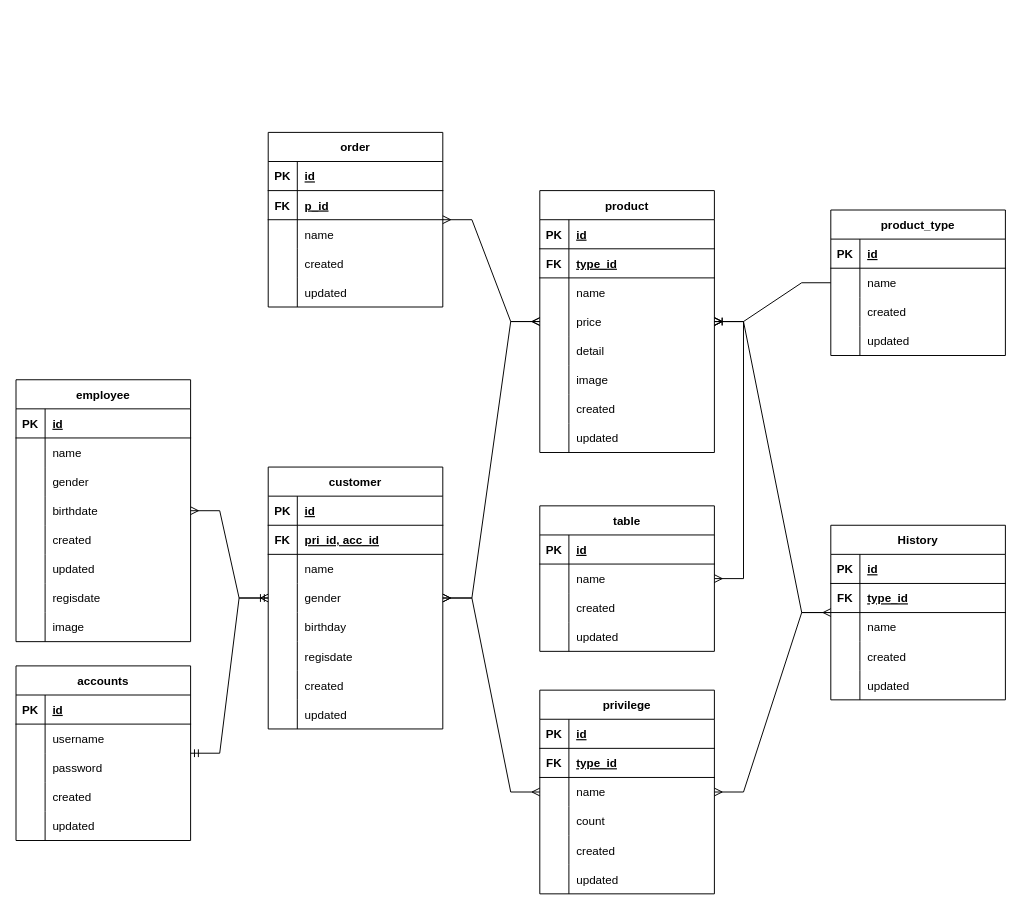
The draw.io diagram src/Database-design.drawio in bomtawep/bom-order-nodejs, before the edit. Source tidied: cells renumbered, new cells numbered last; positions are measured from the earlier drawing's top-left corner, leaving out a move shared by most shapes. Both pictures are drawn from the tidied source at 97%, with x=0, y=0 at pixel (16, 132).
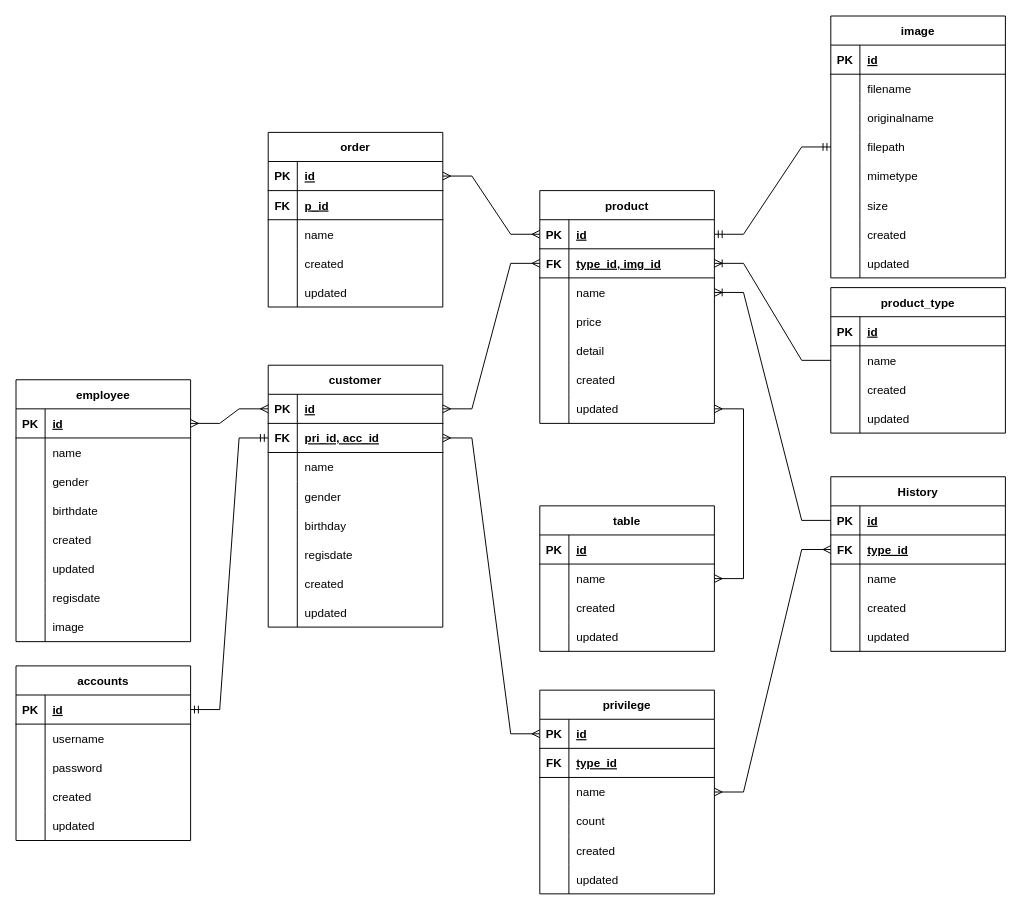
After the change.

Unchanged cells that the change refers to:
```xml
<mxCell id="2" value="table" style="shape=table;startSize=30;childLayout=tableLayout;rowLines=0;fontStyle=1;align=center;" parent="1" vertex="1">
  <mxGeometry x="540" y="385" width="180" height="150" as="geometry" />
</mxCell>
<mxCell id="16" style="shape=tableRow;horizontal=0;startSize=0;swimlaneHead=0;swimlaneBody=0;fillColor=none;points=[[0,0.5],[1,0.5]];portConstraint=eastwest;top=0;left=0;right=0;bottom=1;" parent="15" vertex="1">
  <mxGeometry y="30" width="180" height="30" as="geometry" />
</mxCell>
<mxCell id="19" style="shape=tableRow;horizontal=0;startSize=0;swimlaneHead=0;swimlaneBody=0;fillColor=none;points=[[0,0.5],[1,0.5]];portConstraint=eastwest;top=0;left=0;right=0;bottom=1;" parent="15" vertex="1">
  <mxGeometry y="60" width="180" height="30" as="geometry" />
</mxCell>
<mxCell id="40" value="employee" style="shape=table;startSize=30;childLayout=tableLayout;rowLines=0;fontStyle=1;align=center;" parent="1" vertex="1">
  <mxGeometry y="255" width="180" height="270" as="geometry" />
</mxCell>
<mxCell id="41" style="shape=tableRow;horizontal=0;startSize=0;swimlaneHead=0;swimlaneBody=0;fillColor=none;points=[[0,0.5],[1,0.5]];portConstraint=eastwest;top=0;left=0;right=0;bottom=1;" parent="40" vertex="1">
  <mxGeometry y="30" width="180" height="30" as="geometry" />
</mxCell>
<mxCell id="66" style="shape=tableRow;horizontal=0;startSize=0;swimlaneHead=0;swimlaneBody=0;fillColor=none;points=[[0,0.5],[1,0.5]];portConstraint=eastwest;top=0;left=0;right=0;bottom=1;" parent="65" vertex="1">
  <mxGeometry y="30" width="180" height="30" as="geometry" />
</mxCell>
<mxCell id="69" style="shape=tableRow;horizontal=0;startSize=0;swimlaneHead=0;swimlaneBody=0;fillColor=none;points=[[0,0.5],[1,0.5]];portConstraint=eastwest;top=0;left=0;right=0;bottom=1;" parent="65" vertex="1">
  <mxGeometry y="60" width="180" height="30" as="geometry" />
</mxCell>
<mxCell id="95" style="shape=tableRow;horizontal=0;startSize=0;swimlaneHead=0;swimlaneBody=0;fillColor=none;points=[[0,0.5],[1,0.5]];portConstraint=eastwest;top=0;left=0;right=0;bottom=1;" parent="94" vertex="1">
  <mxGeometry y="30" width="180" height="30" as="geometry" />
</mxCell>
<mxCell id="98" style="shape=tableRow;horizontal=0;startSize=0;swimlaneHead=0;swimlaneBody=0;fillColor=none;points=[[0,0.5],[1,0.5]];portConstraint=eastwest;top=0;left=0;right=0;bottom=1;" parent="94" vertex="1">
  <mxGeometry y="60" width="180" height="30" as="geometry" />
</mxCell>
<mxCell id="101" style="shape=tableRow;horizontal=0;startSize=0;swimlaneHead=0;swimlaneBody=0;fillColor=none;points=[[0,0.5],[1,0.5]];portConstraint=eastwest;top=0;left=0;right=0;bottom=0;" parent="94" vertex="1">
  <mxGeometry y="90" width="180" height="30" as="geometry" />
</mxCell>
<mxCell id="124" value="privilege" style="shape=table;startSize=30;childLayout=tableLayout;rowLines=0;fontStyle=1;align=center;" parent="1" vertex="1">
  <mxGeometry x="540" y="575" width="180" height="210" as="geometry" />
</mxCell>
<mxCell id="125" style="shape=tableRow;horizontal=0;startSize=0;swimlaneHead=0;swimlaneBody=0;fillColor=none;points=[[0,0.5],[1,0.5]];portConstraint=eastwest;top=0;left=0;right=0;bottom=1;" parent="124" vertex="1">
  <mxGeometry y="30" width="180" height="30" as="geometry" />
</mxCell>
<mxCell id="143" value="order" style="shape=table;startSize=30;childLayout=tableLayout;rowLines=0;fontStyle=1;align=center;" parent="1" vertex="1">
  <mxGeometry x="260" width="180" height="180" as="geometry" />
</mxCell>
<mxCell id="144" style="shape=tableRow;horizontal=0;startSize=0;swimlaneHead=0;swimlaneBody=0;fillColor=none;points=[[0,0.5],[1,0.5]];portConstraint=eastwest;top=0;left=0;right=0;bottom=1;" parent="143" vertex="1">
  <mxGeometry y="30" width="180" height="30" as="geometry" />
</mxCell>
<mxCell id="162" value="accounts" style="shape=table;startSize=30;childLayout=tableLayout;rowLines=0;fontStyle=1;align=center;strokeColor=#000000;fontColor=#000000;" parent="1" vertex="1">
  <mxGeometry y="550" width="180" height="180" as="geometry" />
</mxCell>
<mxCell id="163" style="shape=tableRow;horizontal=0;startSize=0;swimlaneHead=0;swimlaneBody=0;fillColor=none;points=[[0,0.5],[1,0.5]];portConstraint=eastwest;top=0;left=0;right=0;bottom=1;strokeColor=#000000;fontColor=#000000;" parent="162" vertex="1">
  <mxGeometry y="30" width="180" height="30" as="geometry" />
</mxCell>
```

What changed in the source:
```diff
@@
     <mxCell id="15" value="customer" style="shape=table;startSize=30;childLayout=tableLayout;rowLines=0;fontStyle=1;align=center;" parent="1" vertex="1">
-      <mxGeometry x="260" y="345" width="180" height="270" as="geometry" />
+      <mxGeometry x="260" y="240" width="180" height="270" as="geometry" />
     </mxCell>
@@
     <mxCell id="65" value="History" style="shape=table;startSize=30;childLayout=tableLayout;rowLines=0;fontStyle=1;align=center;" parent="1" vertex="1">
-      <mxGeometry x="840" y="405" width="180" height="180" as="geometry" />
+      <mxGeometry x="840" y="355" width="180" height="180" as="geometry" />
     </mxCell>
@@
     <mxCell id="81" value="product_type" style="shape=table;startSize=30;childLayout=tableLayout;rowLines=0;fontStyle=1;align=center;" parent="1" vertex="1">
-      <mxGeometry x="840" y="80" width="180" height="150" as="geometry" />
+      <mxGeometry x="840" y="160" width="180" height="150" as="geometry" />
     </mxCell>
@@
     <mxCell id="94" value="product" style="shape=table;startSize=30;childLayout=tableLayout;rowLines=0;fontStyle=1;align=center;" parent="1" vertex="1">
-      <mxGeometry x="540" y="60" width="180" height="270" as="geometry" />
+      <mxGeometry x="540" y="60" width="180" height="240" as="geometry" />
     </mxCell>
@@
-    <mxCell id="100" value="type_id" style="shape=partialRectangle;fillColor=none;top=0;left=0;bottom=0;right=0;align=left;spacingLeft=6;fontStyle=5;overflow=hidden;" parent="98" vertex="1">
+    <mxCell id="100" value="type_id, img_id" style="shape=partialRectangle;fillColor=none;top=0;left=0;bottom=0;right=0;align=left;spacingLeft=6;fontStyle=5;overflow=hidden;" parent="98" vertex="1">
       <mxGeometry x="30" width="150" height="30" as="geometry" />
     </mxCell>
@@
-    <mxCell id="110" style="shape=tableRow;horizontal=0;startSize=0;swimlaneHead=0;swimlaneBody=0;fillColor=none;top=0;left=0;right=0;bottom=0;" parent="94" vertex="1">
-      <mxGeometry y="180" width="180" height="30" as="geometry" />
-    </mxCell>
-    <mxCell id="111" style="shape=partialRectangle;fillColor=none;top=0;left=0;bottom=0;right=0;overflow=hidden;" parent="110" vertex="1">
-      <mxGeometry width="30" height="30" as="geometry" />
-    </mxCell>
-    <mxCell id="112" value="image" style="shape=partialRectangle;fillColor=none;top=0;left=0;bottom=0;right=0;align=left;spacingLeft=6;overflow=hidden;" parent="110" vertex="1">
-      <mxGeometry x="30" width="150" height="30" as="geometry" />
-    </mxCell>
     <mxCell id="113" style="shape=tableRow;horizontal=0;startSize=0;swimlaneHead=0;swimlaneBody=0;fillColor=none;top=0;left=0;right=0;bottom=0;" parent="94" vertex="1">
-      <mxGeometry y="210" width="180" height="30" as="geometry" />
+      <mxGeometry y="180" width="180" height="30" as="geometry" />
     </mxCell>
@@
     <mxCell id="116" style="shape=tableRow;horizontal=0;startSize=0;swimlaneHead=0;swimlaneBody=0;fillColor=none;points=[[0,0.5],[1,0.5]];portConstraint=eastwest;top=0;left=0;right=0;bottom=0;" parent="94" vertex="1">
-      <mxGeometry y="240" width="180" height="30" as="geometry" />
+      <mxGeometry y="210" width="180" height="30" as="geometry" />
     </mxCell>
@@
-    <mxCell id="119" style="edgeStyle=entityRelationEdgeStyle;fontSize=12;html=1;endArrow=ERoneToMany;rounded=0;" parent="1" edge="1" source="81" target="94">
+    <mxCell id="119" style="edgeStyle=entityRelationEdgeStyle;fontSize=12;html=1;endArrow=ERoneToMany;rounded=0;" parent="1" edge="1" source="81" target="98">
       <mxGeometry relative="1" as="geometry" />
     </mxCell>
-    <mxCell id="120" style="edgeStyle=entityRelationEdgeStyle;fontSize=12;html=1;endArrow=ERoneToMany;rounded=0;" parent="1" edge="1" source="65" target="94">
+    <mxCell id="120" style="edgeStyle=entityRelationEdgeStyle;fontSize=12;html=1;endArrow=ERoneToMany;rounded=0;" parent="1" edge="1" source="66" target="101">
       <mxGeometry relative="1" as="geometry" />
     </mxCell>
-    <mxCell id="121" style="edgeStyle=entityRelationEdgeStyle;fontSize=12;html=1;endArrow=ERmany;startArrow=ERmany;rounded=0;" parent="1" edge="1" source="2" target="94">
+    <mxCell id="121" style="edgeStyle=entityRelationEdgeStyle;fontSize=12;html=1;endArrow=ERmany;startArrow=ERmany;rounded=0;" parent="1" edge="1" source="2" target="116">
       <mxGeometry relative="1" as="geometry" />
     </mxCell>
-    <mxCell id="122" style="edgeStyle=entityRelationEdgeStyle;fontSize=12;html=1;endArrow=ERmany;startArrow=ERmany;rounded=0;" parent="1" edge="1" source="15" target="94">
+    <mxCell id="122" style="edgeStyle=entityRelationEdgeStyle;fontSize=12;html=1;endArrow=ERmany;startArrow=ERmany;rounded=0;entryX=0;entryY=0.5;entryDx=0;entryDy=0;" parent="1" edge="1" source="16" target="98">
       <mxGeometry relative="1" as="geometry" />
     </mxCell>
-    <mxCell id="123" style="edgeStyle=entityRelationEdgeStyle;fontSize=12;html=1;endArrow=ERmany;startArrow=ERmany;rounded=0;" parent="1" edge="1" source="40" target="15">
+    <mxCell id="123" style="edgeStyle=entityRelationEdgeStyle;fontSize=12;html=1;endArrow=ERmany;startArrow=ERmany;rounded=0;entryX=0;entryY=0.5;entryDx=0;entryDy=0;exitX=1;exitY=0.5;exitDx=0;exitDy=0;" parent="1" edge="1" source="41" target="16">
       <mxGeometry relative="1" as="geometry" />
     </mxCell>
@@
-    <mxCell id="159" style="edgeStyle=entityRelationEdgeStyle;fontSize=12;html=1;endArrow=ERmany;startArrow=ERmany;rounded=0;" parent="1" edge="1" source="124" target="65">
+    <mxCell id="159" style="edgeStyle=entityRelationEdgeStyle;fontSize=12;html=1;endArrow=ERmany;startArrow=ERmany;rounded=0;entryX=0;entryY=0.5;entryDx=0;entryDy=0;" parent="1" edge="1" source="124" target="69">
       <mxGeometry relative="1" as="geometry" />
     </mxCell>
-    <mxCell id="160" style="edgeStyle=entityRelationEdgeStyle;fontSize=12;html=1;endArrow=ERmany;startArrow=ERmany;rounded=0;" parent="1" edge="1" source="143" target="94">
+    <mxCell id="160" style="edgeStyle=entityRelationEdgeStyle;fontSize=12;html=1;endArrow=ERmany;startArrow=ERmany;rounded=0;exitX=1;exitY=0.5;exitDx=0;exitDy=0;entryX=0;entryY=0.5;entryDx=0;entryDy=0;" parent="1" edge="1" source="144" target="95">
       <mxGeometry relative="1" as="geometry" />
     </mxCell>
-    <mxCell id="161" style="edgeStyle=entityRelationEdgeStyle;fontSize=12;html=1;endArrow=ERmany;startArrow=ERmany;rounded=0;" parent="1" edge="1" source="15" target="124">
+    <mxCell id="161" style="edgeStyle=entityRelationEdgeStyle;fontSize=12;html=1;endArrow=ERmany;startArrow=ERmany;rounded=0;" parent="1" edge="1" source="19" target="125">
       <mxGeometry relative="1" as="geometry" />
     </mxCell>
@@
-    <mxCell id="178" style="edgeStyle=entityRelationEdgeStyle;fontSize=12;html=1;endArrow=ERmandOne;startArrow=ERmandOne;rounded=0;strokeColor=#000000;fontColor=#000000;" parent="1" edge="1" source="162" target="15">
+    <mxCell id="178" style="edgeStyle=entityRelationEdgeStyle;fontSize=12;html=1;endArrow=ERmandOne;startArrow=ERmandOne;rounded=0;strokeColor=#000000;fontColor=#000000;" parent="1" edge="1" source="163" target="19">
       <mxGeometry relative="1" as="geometry" />
     </mxCell>
+    <mxCell id="112" value="image" style="shape=table;startSize=30;childLayout=tableLayout;rowLines=0;fontStyle=1;align=center;" parent="1" vertex="1">
+      <mxGeometry x="840" y="-120" width="180" height="270" as="geometry" />
+    </mxCell>
+    <mxCell id="179" style="shape=tableRow;horizontal=0;startSize=0;swimlaneHead=0;swimlaneBody=0;fillColor=none;top=0;left=0;right=0;bottom=1;" parent="112" vertex="1">
+      <mxGeometry y="30" width="180" height="30" as="geometry" />
+    </mxCell>
+    <mxCell id="180" value="PK" style="shape=partialRectangle;fillColor=none;top=0;left=0;bottom=0;right=0;fontStyle=1;overflow=hidden;" parent="179" vertex="1">
+      <mxGeometry width="30" height="30" as="geometry" />
+    </mxCell>
+    <mxCell id="181" value="id" style="shape=partialRectangle;fillColor=none;top=0;left=0;bottom=0;right=0;align=left;spacingLeft=6;fontStyle=5;overflow=hidden;" parent="179" vertex="1">
+      <mxGeometry x="30" width="150" height="30" as="geometry" />
+    </mxCell>
+    <mxCell id="182" style="shape=tableRow;horizontal=0;startSize=0;swimlaneHead=0;swimlaneBody=0;fillColor=none;top=0;left=0;right=0;bottom=0;" parent="112" vertex="1">
+      <mxGeometry y="60" width="180" height="30" as="geometry" />
+    </mxCell>
+    <mxCell id="183" style="shape=partialRectangle;fillColor=none;top=0;left=0;bottom=0;right=0;overflow=hidden;" parent="182" vertex="1">
+      <mxGeometry width="30" height="30" as="geometry" />
+    </mxCell>
+    <mxCell id="184" value="filename" style="shape=partialRectangle;fillColor=none;top=0;left=0;bottom=0;right=0;align=left;spacingLeft=6;overflow=hidden;" parent="182" vertex="1">
+      <mxGeometry x="30" width="150" height="30" as="geometry" />
+    </mxCell>
+    <mxCell id="185" style="shape=tableRow;horizontal=0;startSize=0;swimlaneHead=0;swimlaneBody=0;fillColor=none;top=0;left=0;right=0;bottom=0;" parent="112" vertex="1">
+      <mxGeometry y="90" width="180" height="30" as="geometry" />
+    </mxCell>
+    <mxCell id="186" style="shape=partialRectangle;fillColor=none;top=0;left=0;bottom=0;right=0;overflow=hidden;" parent="185" vertex="1">
+      <mxGeometry width="30" height="30" as="geometry" />
+    </mxCell>
+    <mxCell id="187" value="originalname" style="shape=partialRectangle;fillColor=none;top=0;left=0;bottom=0;right=0;align=left;spacingLeft=6;overflow=hidden;" parent="185" vertex="1">
+      <mxGeometry x="30" width="150" height="30" as="geometry" />
+    </mxCell>
+    <mxCell id="188" style="shape=tableRow;horizontal=0;startSize=0;swimlaneHead=0;swimlaneBody=0;fillColor=none;top=0;left=0;right=0;bottom=0;" parent="112" vertex="1">
+      <mxGeometry y="120" width="180" height="30" as="geometry" />
+    </mxCell>
+    <mxCell id="189" style="shape=partialRectangle;fillColor=none;top=0;left=0;bottom=0;right=0;overflow=hidden;" parent="188" vertex="1">
+      <mxGeometry width="30" height="30" as="geometry" />
+    </mxCell>
+    <mxCell id="190" value="filepath" style="shape=partialRectangle;fillColor=none;top=0;left=0;bottom=0;right=0;align=left;spacingLeft=6;overflow=hidden;" parent="188" vertex="1">
+      <mxGeometry x="30" width="150" height="30" as="geometry" />
+    </mxCell>
+    <mxCell id="191" style="shape=tableRow;horizontal=0;startSize=0;swimlaneHead=0;swimlaneBody=0;fillColor=none;top=0;left=0;right=0;bottom=0;" parent="112" vertex="1">
+      <mxGeometry y="150" width="180" height="30" as="geometry" />
+    </mxCell>
+    <mxCell id="192" style="shape=partialRectangle;fillColor=none;top=0;left=0;bottom=0;right=0;overflow=hidden;" parent="191" vertex="1">
+      <mxGeometry width="30" height="30" as="geometry" />
+    </mxCell>
+    <mxCell id="193" value="mimetype" style="shape=partialRectangle;fillColor=none;top=0;left=0;bottom=0;right=0;align=left;spacingLeft=6;overflow=hidden;" parent="191" vertex="1">
+      <mxGeometry x="30" width="150" height="30" as="geometry" />
+    </mxCell>
+    <mxCell id="110" style="shape=tableRow;horizontal=0;startSize=0;swimlaneHead=0;swimlaneBody=0;fillColor=none;top=0;left=0;right=0;bottom=0;" parent="112" vertex="1">
+      <mxGeometry y="180" width="180" height="30" as="geometry" />
+    </mxCell>
+    <mxCell id="194" style="shape=partialRectangle;fillColor=none;top=0;left=0;bottom=0;right=0;overflow=hidden;" parent="110" vertex="1">
+      <mxGeometry width="30" height="30" as="geometry" />
+    </mxCell>
+    <mxCell id="195" value="size" style="shape=partialRectangle;fillColor=none;top=0;left=0;bottom=0;right=0;align=left;spacingLeft=6;overflow=hidden;" parent="110" vertex="1">
+      <mxGeometry x="30" width="150" height="30" as="geometry" />
+    </mxCell>
+    <mxCell id="196" style="shape=tableRow;horizontal=0;startSize=0;swimlaneHead=0;swimlaneBody=0;fillColor=none;top=0;left=0;right=0;bottom=0;" parent="112" vertex="1">
+      <mxGeometry y="210" width="180" height="30" as="geometry" />
+    </mxCell>
+    <mxCell id="197" style="shape=partialRectangle;fillColor=none;top=0;left=0;bottom=0;right=0;overflow=hidden;" parent="196" vertex="1">
+      <mxGeometry width="30" height="30" as="geometry" />
+    </mxCell>
+    <mxCell id="198" value="created" style="shape=partialRectangle;fillColor=none;top=0;left=0;bottom=0;right=0;align=left;spacingLeft=6;overflow=hidden;" parent="196" vertex="1">
+      <mxGeometry x="30" width="150" height="30" as="geometry" />
+    </mxCell>
+    <mxCell id="199" style="shape=tableRow;horizontal=0;startSize=0;swimlaneHead=0;swimlaneBody=0;fillColor=none;top=0;left=0;right=0;bottom=0;" parent="112" vertex="1">
+      <mxGeometry y="240" width="180" height="30" as="geometry" />
+    </mxCell>
+    <mxCell id="200" style="shape=partialRectangle;fillColor=none;top=0;left=0;bottom=0;right=0;overflow=hidden;" parent="199" vertex="1">
+      <mxGeometry width="30" height="30" as="geometry" />
+    </mxCell>
+    <mxCell id="201" value="updated" style="shape=partialRectangle;fillColor=none;top=0;left=0;bottom=0;right=0;align=left;spacingLeft=6;overflow=hidden;" parent="199" vertex="1">
+      <mxGeometry x="30" width="150" height="30" as="geometry" />
+    </mxCell>
+    <mxCell id="202" style="edgeStyle=entityRelationEdgeStyle;fontSize=12;html=1;endArrow=ERmandOne;startArrow=ERmandOne;rounded=0;" parent="1" edge="1" source="95" target="112">
+      <mxGeometry relative="1" as="geometry" />
+    </mxCell>
```
